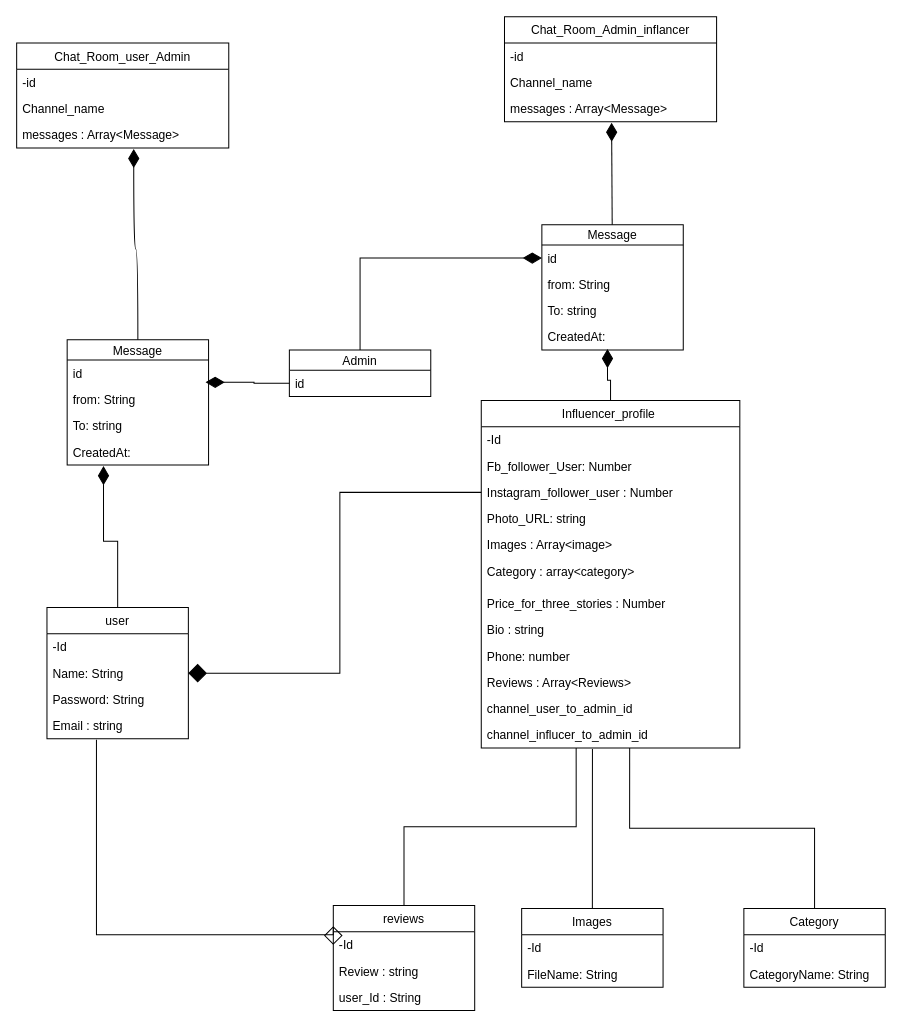
MohamedAhmed122/20-Validation-form keeps this draw.io diagram as page "Page-1" (1 of 2) of Untitled Diagram.drawio. Above is the earlier version. Source tidied: cells renumbered, new cells numbered last; positions are measured from the earlier drawing's top-left corner, leaving out a move shared by most shapes. Both pictures are drawn from the tidied source at 101%, with x=0, y=0 at pixel (16, 16).
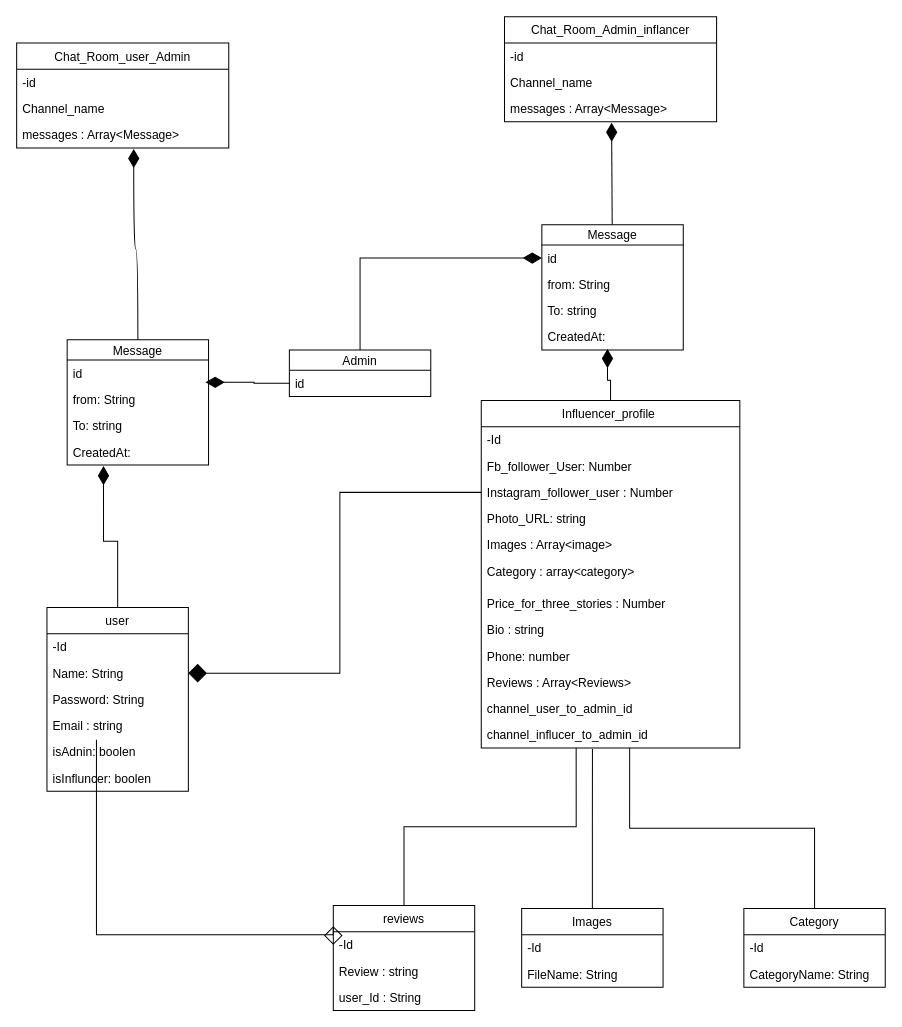
The same diagram, later.

Change to the diagram source:
```diff
@@
     <mxCell id="3" value="user" style="swimlane;fontStyle=0;horizontal=1;startSize=26;fillColor=none;" parent="1" vertex="1">
-      <mxGeometry x="30" y="585" width="140" height="130" as="geometry" />
+      <mxGeometry x="30" y="585" width="140" height="182" as="geometry" />
     </mxCell>
@@
+    <mxCell id="61" value="isAdnin: boolen" style="text;strokeColor=none;fillColor=none;align=left;verticalAlign=top;spacingLeft=4;spacingRight=4;overflow=hidden;" parent="3" vertex="1">
+      <mxGeometry y="130" width="140" height="26" as="geometry" />
+    </mxCell>
+    <mxCell id="62" value="isInfluncer: boolen" style="text;strokeColor=none;fillColor=none;align=left;verticalAlign=top;spacingLeft=4;spacingRight=4;overflow=hidden;" parent="3" vertex="1">
+      <mxGeometry y="156" width="140" height="26" as="geometry" />
+    </mxCell>
```
